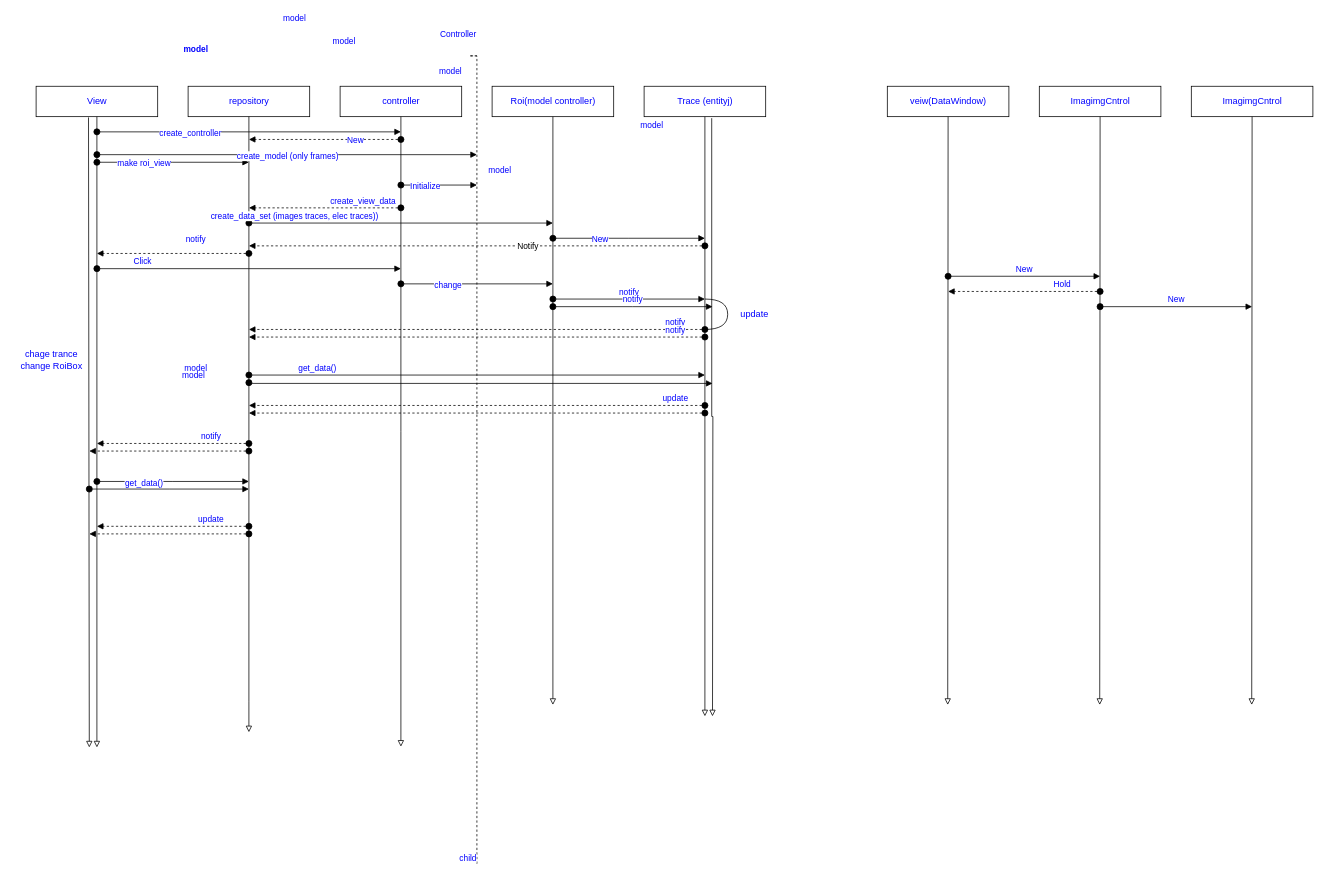
Earlier version of the draw.io diagram page "MVC squence" (4 of 4) of UML_SCANDATA.drawio (lunelukkio/SCANDATA). Source tidied: cells renumbered, new cells numbered last; positions are measured from the earlier drawing's top-left corner, leaving out a move shared by most shapes. Both pictures are drawn from the tidied source at 76%, with x=0, y=0 at pixel (13, 55).
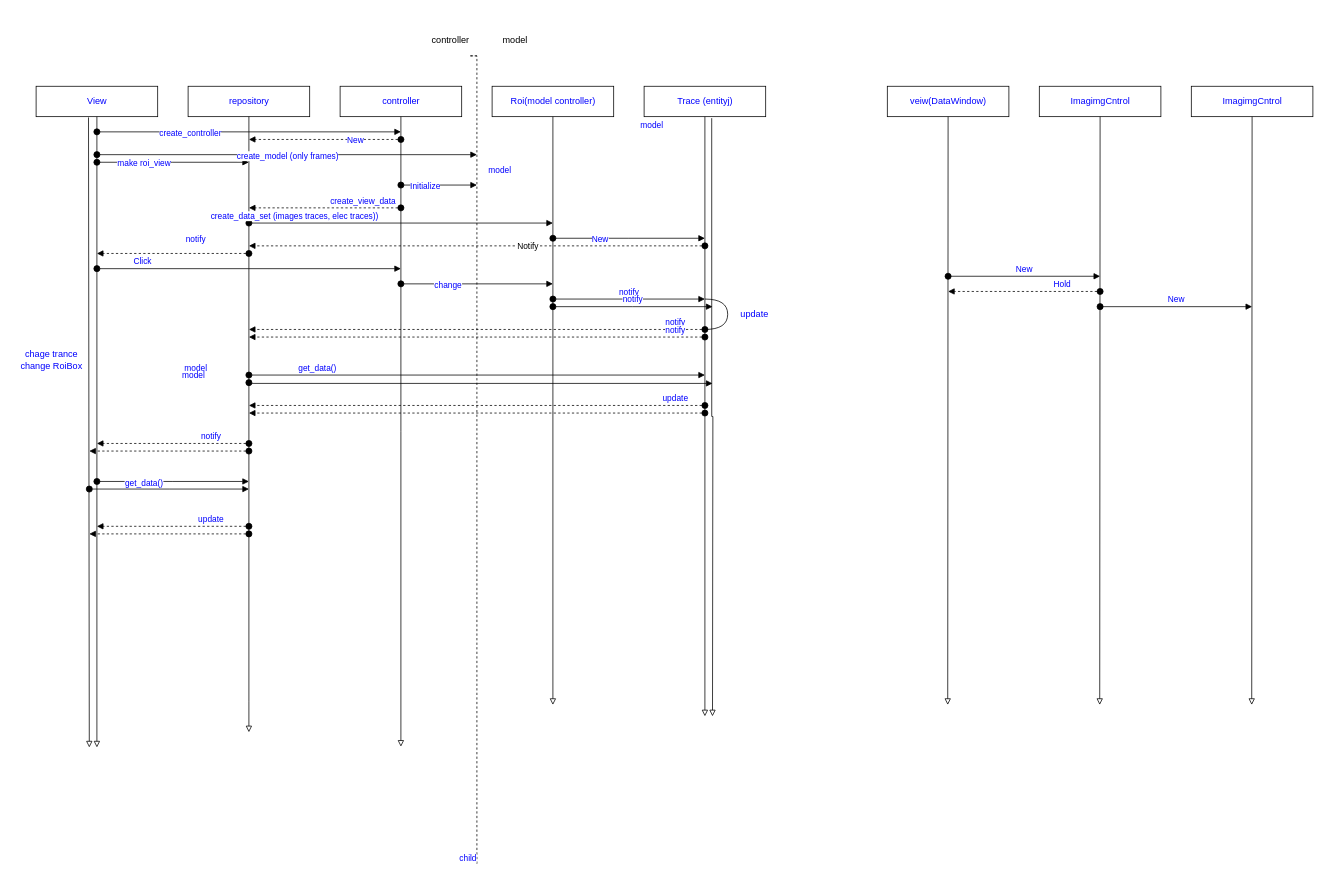
The same diagram, later.

Unchanged cells that the change refers to:
```xml
<mxCell id="26" style="endArrow=none;html=1;edgeStyle=orthogonalEdgeStyle;rounded=0;dashed=1;fontColor=#0000FF;" parent="1" edge="1">
  <mxGeometry relative="1" as="geometry">
    <mxPoint x="610" as="sourcePoint" />
    <mxPoint x="610" y="1064" as="targetPoint" />
    <Array as="points">
      <mxPoint x="600" />
      <mxPoint x="610" />
    </Array>
  </mxGeometry>
</mxCell>
```

Change to the diagram source:
```diff
@@
-    <mxCell id="27" value="Controller" style="edgeLabel;html=1;align=left;verticalAlign=bottom;fontColor=#0000FF;fillColor=none;" parent="26" vertex="1">
-      <mxGeometry x="-1" relative="1" as="geometry">
-        <mxPoint x="-50" y="-20" as="offset" />
-      </mxGeometry>
-    </mxCell>
@@
-    <mxCell id="47" value="model" style="html=1;verticalAlign=bottom;startArrow=oval;startFill=1;endArrow=block;startSize=8;edgeStyle=elbowEdgeStyle;elbow=vertical;curved=0;rounded=0;fontColor=#0000FF;fontStyle=1;" parent="1" edge="1">
+    <mxCell id="47" style="html=1;verticalAlign=bottom;startArrow=oval;startFill=1;endArrow=block;startSize=8;edgeStyle=elbowEdgeStyle;elbow=vertical;curved=0;rounded=0;fontColor=#0000FF;fontStyle=1;" parent="1" edge="1">
       <mxGeometry x="0.3" y="140" relative="1" as="geometry">
         <mxPoint x="110" y="140" as="sourcePoint" />
         <mxPoint x="310" y="140" as="targetPoint" />
       </mxGeometry>
     </mxCell>
@@
-    <mxCell id="49" value="model" style="html=1;verticalAlign=bottom;startArrow=oval;startFill=1;endArrow=block;startSize=8;edgeStyle=elbowEdgeStyle;elbow=vertical;curved=0;rounded=0;fontColor=#0000FF;" parent="1" edge="1">
-      <mxGeometry x="0.3" y="140" relative="1" as="geometry">
+    <mxCell id="49" style="html=1;verticalAlign=bottom;startArrow=oval;startFill=1;endArrow=block;startSize=8;edgeStyle=elbowEdgeStyle;elbow=vertical;curved=0;rounded=0;fontColor=#0000FF;" parent="1" edge="1">
+      <mxGeometry x="0.55" y="190" relative="1" as="geometry">
         <mxPoint x="110" y="100" as="sourcePoint" />
         <mxPoint x="510" y="100" as="targetPoint" />
       </mxGeometry>
     </mxCell>
@@
-    <mxCell id="51" value="model" style="html=1;verticalAlign=bottom;startArrow=oval;startFill=1;endArrow=block;startSize=8;edgeStyle=elbowEdgeStyle;elbow=vertical;curved=0;rounded=0;fontColor=#0000FF;" parent="1" edge="1">
+    <mxCell id="51" style="html=1;verticalAlign=bottom;startArrow=oval;startFill=1;endArrow=block;startSize=8;edgeStyle=elbowEdgeStyle;elbow=vertical;curved=0;rounded=0;fontColor=#0000FF;" parent="1" edge="1">
       <mxGeometry x="0.3" y="140" relative="1" as="geometry">
         <mxPoint x="110" y="130" as="sourcePoint" />
         <mxPoint x="610" y="130" as="targetPoint" />
       </mxGeometry>
     </mxCell>
@@
-    <mxCell id="54" value="model" style="html=1;verticalAlign=bottom;startArrow=oval;startFill=1;endArrow=block;startSize=8;edgeStyle=elbowEdgeStyle;elbow=vertical;curved=0;rounded=0;fontColor=#0000FF;" parent="1" edge="1">
+    <mxCell id="54" style="html=1;verticalAlign=bottom;startArrow=oval;startFill=1;endArrow=block;startSize=8;edgeStyle=elbowEdgeStyle;elbow=vertical;curved=0;rounded=0;fontColor=#0000FF;" parent="1" edge="1">
       <mxGeometry x="0.3" y="140" relative="1" as="geometry">
         <mxPoint x="510" y="170" as="sourcePoint" />
         <mxPoint x="610" y="170" as="targetPoint" />
       </mxGeometry>
     </mxCell>
@@
+    <mxCell id="63" value="model" style="text;html=1;align=center;verticalAlign=middle;strokeColor=none;fillColor=none;" parent="1" vertex="1">
+      <mxGeometry x="630" y="-35" width="60" height="30" as="geometry" />
+    </mxCell>
+    <mxCell id="64" value="controller" style="text;html=1;align=center;verticalAlign=middle;strokeColor=none;fillColor=none;" parent="1" vertex="1">
+      <mxGeometry x="540" y="-35" width="70" height="30" as="geometry" />
+    </mxCell>
```
